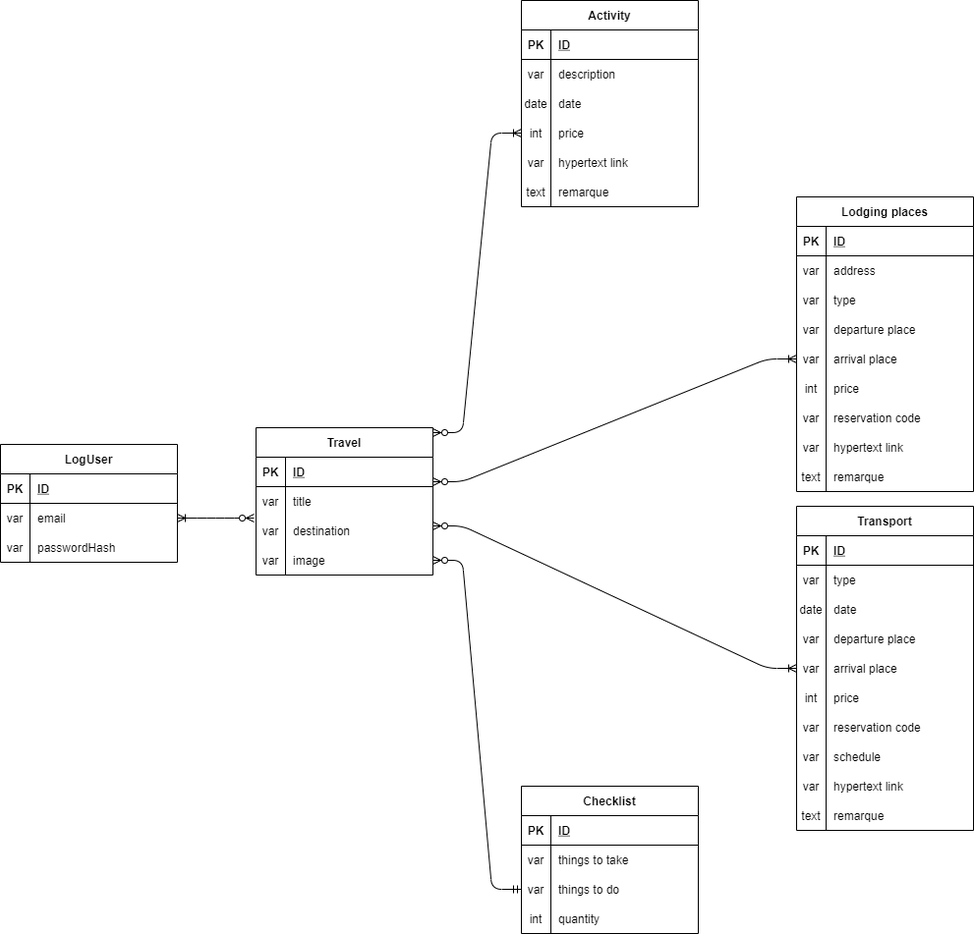
The draw.io diagram MCD-MLD/MLD.png in keanutrosset/HotelplanEnMieux, before a commit. Source tidied: cells renumbered, new cells last; positions are measured from the earlier drawing's top-left corner, leaving out a move shared by most shapes.
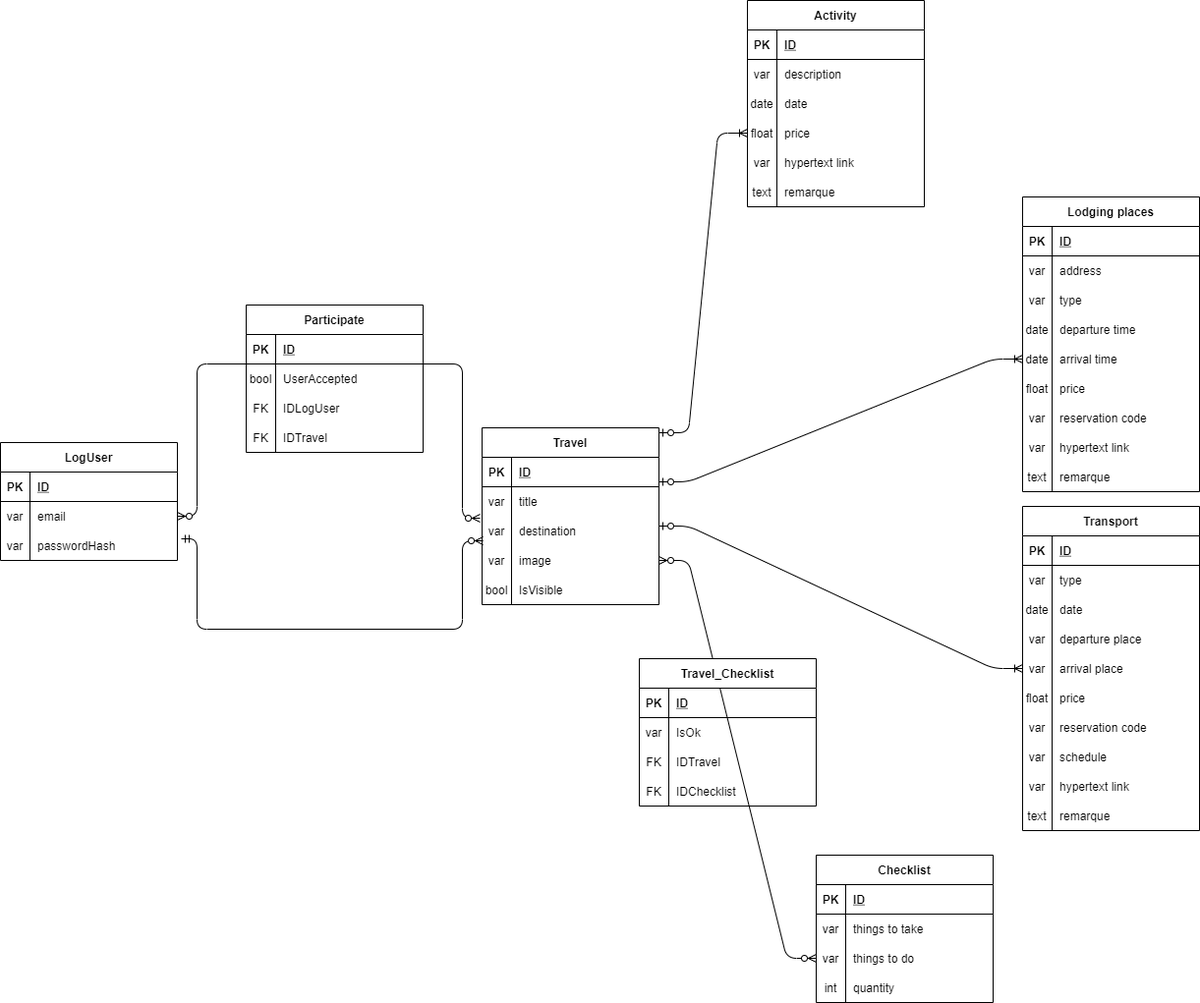
Above is the later version.

What changed in the source:
```diff
@@ -3,7 +3,7 @@
     <mxCell id="0" />
     <mxCell id="1" parent="0" />
     <mxCell id="2" value="LogUser" style="shape=table;startSize=30;rowLines=0;fontStyle=1;align=center;" parent="1" vertex="1">
-      <mxGeometry y="452" width="180" height="120" as="geometry" />
+      <mxGeometry x="-230" y="450" width="180" height="120" as="geometry" />
     </mxCell>
     <mxCell id="3" style="shape=partialRectangle;fillColor=none;top=0;left=0;bottom=1;right=0;" parent="2" vertex="1">
       <mxGeometry y="30" width="180" height="30" as="geometry" />
@@ -33,7 +33,7 @@
       <mxGeometry x="30" width="150" height="30" as="geometry" />
     </mxCell>
     <mxCell id="12" value="Travel" style="shape=table;startSize=30;rowLines=0;fontStyle=1;align=center;" parent="1" vertex="1">
-      <mxGeometry x="260" y="435" width="180" height="150" as="geometry" />
+      <mxGeometry x="260" y="435" width="180" height="180" as="geometry" />
     </mxCell>
     <mxCell id="13" style="shape=partialRectangle;fillColor=none;top=0;left=0;bottom=1;right=0;" parent="12" vertex="1">
       <mxGeometry y="30" width="180" height="30" as="geometry" />
@@ -71,6 +71,15 @@
     <mxCell id="24" value="image" style="shape=partialRectangle;fillColor=none;top=0;left=0;bottom=0;right=0;align=left;spacingLeft=6;overflow=hidden;" parent="22" vertex="1">
       <mxGeometry x="30" width="150" height="30" as="geometry" />
     </mxCell>
+    <mxCell id="121" style="shape=partialRectangle;fillColor=none;top=0;left=0;bottom=0;right=0;" parent="12" vertex="1">
+      <mxGeometry y="150" width="180" height="30" as="geometry" />
+    </mxCell>
+    <mxCell id="122" value="bool" style="shape=partialRectangle;fillColor=none;top=0;left=0;bottom=0;right=0;overflow=hidden;" parent="121" vertex="1">
+      <mxGeometry width="30" height="30" as="geometry" />
+    </mxCell>
+    <mxCell id="123" value="IsVisible" style="shape=partialRectangle;fillColor=none;top=0;left=0;bottom=0;right=0;align=left;spacingLeft=6;overflow=hidden;" parent="121" vertex="1">
+      <mxGeometry x="30" width="150" height="30" as="geometry" />
+    </mxCell>
     <mxCell id="25" value="Transport" style="shape=table;startSize=30;rowLines=0;fontStyle=1;align=center;" parent="1" vertex="1">
       <mxGeometry x="810" y="515" width="180" height="330" as="geometry" />
     </mxCell>
@@ -122,7 +131,7 @@
     <mxCell id="41" style="shape=partialRectangle;fillColor=none;top=0;left=0;bottom=0;right=0;" parent="25" vertex="1">
       <mxGeometry y="180" width="180" height="30" as="geometry" />
     </mxCell>
-    <mxCell id="42" value="int" style="shape=partialRectangle;fillColor=none;top=0;left=0;bottom=0;right=0;overflow=hidden;" parent="41" vertex="1">
+    <mxCell id="42" value="float" style="shape=partialRectangle;fillColor=none;top=0;left=0;bottom=0;right=0;overflow=hidden;" parent="41" vertex="1">
       <mxGeometry width="30" height="30" as="geometry" />
     </mxCell>
     <mxCell id="43" value="price" style="shape=partialRectangle;fillColor=none;top=0;left=0;bottom=0;right=0;align=left;spacingLeft=6;overflow=hidden;" parent="41" vertex="1">
@@ -197,25 +206,25 @@
     <mxCell id="66" style="shape=partialRectangle;fillColor=none;top=0;left=0;bottom=0;right=0;" parent="56" vertex="1">
       <mxGeometry y="120" width="180" height="30" as="geometry" />
     </mxCell>
-    <mxCell id="67" value="var" style="shape=partialRectangle;fillColor=none;top=0;left=0;bottom=0;right=0;overflow=hidden;" parent="66" vertex="1">
+    <mxCell id="67" value="date" style="shape=partialRectangle;fillColor=none;top=0;left=0;bottom=0;right=0;overflow=hidden;" parent="66" vertex="1">
       <mxGeometry width="30" height="30" as="geometry" />
     </mxCell>
-    <mxCell id="68" value="departure place" style="shape=partialRectangle;fillColor=none;top=0;left=0;bottom=0;right=0;align=left;spacingLeft=6;overflow=hidden;" parent="66" vertex="1">
+    <mxCell id="68" value="departure time" style="shape=partialRectangle;fillColor=none;top=0;left=0;bottom=0;right=0;align=left;spacingLeft=6;overflow=hidden;" parent="66" vertex="1">
       <mxGeometry x="30" width="150" height="30" as="geometry" />
     </mxCell>
     <mxCell id="69" style="shape=partialRectangle;fillColor=none;top=0;left=0;bottom=0;right=0;points=[[0,0.5],[1,0.5]];portConstraint=eastwest;" parent="56" vertex="1">
       <mxGeometry y="150" width="180" height="30" as="geometry" />
     </mxCell>
-    <mxCell id="70" value="var" style="shape=partialRectangle;fillColor=none;top=0;left=0;bottom=0;right=0;overflow=hidden;" parent="69" vertex="1">
+    <mxCell id="70" value="date" style="shape=partialRectangle;fillColor=none;top=0;left=0;bottom=0;right=0;overflow=hidden;" parent="69" vertex="1">
       <mxGeometry width="30" height="30" as="geometry" />
     </mxCell>
-    <mxCell id="71" value="arrival place" style="shape=partialRectangle;fillColor=none;top=0;left=0;bottom=0;right=0;align=left;spacingLeft=6;overflow=hidden;" parent="69" vertex="1">
+    <mxCell id="71" value="arrival time" style="shape=partialRectangle;fillColor=none;top=0;left=0;bottom=0;right=0;align=left;spacingLeft=6;overflow=hidden;" parent="69" vertex="1">
       <mxGeometry x="30" width="150" height="30" as="geometry" />
     </mxCell>
     <mxCell id="72" style="shape=partialRectangle;fillColor=none;top=0;left=0;bottom=0;right=0;" parent="56" vertex="1">
       <mxGeometry y="180" width="180" height="30" as="geometry" />
     </mxCell>
-    <mxCell id="73" value="int" style="shape=partialRectangle;fillColor=none;top=0;left=0;bottom=0;right=0;overflow=hidden;" parent="72" vertex="1">
+    <mxCell id="73" value="float" style="shape=partialRectangle;fillColor=none;top=0;left=0;bottom=0;right=0;overflow=hidden;" parent="72" vertex="1">
       <mxGeometry width="30" height="30" as="geometry" />
     </mxCell>
     <mxCell id="74" value="price" style="shape=partialRectangle;fillColor=none;top=0;left=0;bottom=0;right=0;align=left;spacingLeft=6;overflow=hidden;" parent="72" vertex="1">
@@ -281,7 +290,7 @@
     <mxCell id="94" style="shape=partialRectangle;fillColor=none;top=0;left=0;bottom=0;right=0;points=[[0,0.5],[1,0.5]];portConstraint=eastwest;" parent="84" vertex="1">
       <mxGeometry y="120" width="180" height="30" as="geometry" />
     </mxCell>
-    <mxCell id="95" value="int" style="shape=partialRectangle;fillColor=none;top=0;left=0;bottom=0;right=0;overflow=hidden;" parent="94" vertex="1">
+    <mxCell id="95" value="float" style="shape=partialRectangle;fillColor=none;top=0;left=0;bottom=0;right=0;overflow=hidden;" parent="94" vertex="1">
       <mxGeometry width="30" height="30" as="geometry" />
     </mxCell>
     <mxCell id="96" value="price" style="shape=partialRectangle;fillColor=none;top=0;left=0;bottom=0;right=0;align=left;spacingLeft=6;overflow=hidden;" parent="94" vertex="1">
@@ -306,7 +315,7 @@
       <mxGeometry x="30" width="150" height="30" as="geometry" />
     </mxCell>
     <mxCell id="103" value="Checklist" style="shape=table;startSize=30;rowLines=0;fontStyle=1;align=center;" parent="1" vertex="1">
-      <mxGeometry x="530" y="800" width="180" height="150" as="geometry" />
+      <mxGeometry x="600" y="870" width="180" height="150" as="geometry" />
     </mxCell>
     <mxCell id="104" style="shape=partialRectangle;fillColor=none;top=0;left=0;bottom=1;right=0;" parent="103" vertex="1">
       <mxGeometry y="30" width="180" height="30" as="geometry" />
@@ -344,26 +353,121 @@
     <mxCell id="115" value="quantity" style="shape=partialRectangle;fillColor=none;top=0;left=0;bottom=0;right=0;align=left;spacingLeft=6;overflow=hidden;" parent="113" vertex="1">
       <mxGeometry x="30" width="150" height="30" as="geometry" />
     </mxCell>
-    <mxCell id="116" style="edgeStyle=entityRelationEdgeStyle;fontSize=12;html=1;endArrow=ERoneToMany;startArrow=ERzeroToMany;entryX=0;entryY=0.5;entryDx=0;entryDy=0;" parent="1" edge="1" target="94">
+    <mxCell id="116" style="edgeStyle=entityRelationEdgeStyle;fontSize=12;html=1;endArrow=ERoneToMany;startArrow=ERzeroToOne;entryX=0;entryY=0.5;entryDx=0;entryDy=0;startFill=1;" parent="1" edge="1" target="94">
       <mxGeometry relative="1" as="geometry">
         <mxPoint x="440" y="440" as="sourcePoint" />
       </mxGeometry>
     </mxCell>
-    <mxCell id="117" style="edgeStyle=entityRelationEdgeStyle;fontSize=12;html=1;endArrow=ERoneToMany;startArrow=ERzeroToMany;entryX=0;entryY=0.5;entryDx=0;entryDy=0;" parent="1" edge="1" target="69">
+    <mxCell id="117" style="edgeStyle=entityRelationEdgeStyle;fontSize=12;html=1;endArrow=ERoneToMany;startArrow=ERzeroToOne;entryX=0;entryY=0.5;entryDx=0;entryDy=0;startFill=1;" parent="1" edge="1" target="69">
       <mxGeometry relative="1" as="geometry">
         <mxPoint x="440" y="490" as="sourcePoint" />
       </mxGeometry>
     </mxCell>
-    <mxCell id="118" style="edgeStyle=entityRelationEdgeStyle;fontSize=12;html=1;endArrow=ERoneToMany;startArrow=ERzeroToMany;entryX=0;entryY=0.5;entryDx=0;entryDy=0;" parent="1" edge="1" target="38">
+    <mxCell id="118" style="edgeStyle=entityRelationEdgeStyle;fontSize=12;html=1;endArrow=ERoneToMany;startArrow=ERzeroToOne;entryX=0;entryY=0.5;entryDx=0;entryDy=0;startFill=1;" parent="1" edge="1" target="38">
       <mxGeometry relative="1" as="geometry">
         <mxPoint x="440" y="535" as="sourcePoint" />
       </mxGeometry>
     </mxCell>
-    <mxCell id="119" style="edgeStyle=entityRelationEdgeStyle;fontSize=12;html=1;endArrow=ERzeroToMany;startArrow=ERmandOne;entryX=1;entryY=0.5;entryDx=0;entryDy=0;exitX=0;exitY=0.5;exitDx=0;exitDy=0;" parent="1" edge="1" source="110" target="22">
+    <mxCell id="119" style="edgeStyle=entityRelationEdgeStyle;fontSize=12;html=1;endArrow=ERzeroToMany;startArrow=ERzeroToMany;entryX=1;entryY=0.5;entryDx=0;entryDy=0;exitX=0;exitY=0.5;exitDx=0;exitDy=0;startFill=1;" parent="1" edge="1" source="110" target="22">
       <mxGeometry relative="1" as="geometry" />
     </mxCell>
-    <mxCell id="120" style="edgeStyle=entityRelationEdgeStyle;fontSize=12;html=1;endArrow=ERoneToMany;startArrow=ERzeroToMany;exitX=-0.011;exitY=0.067;exitDx=0;exitDy=0;exitPerimeter=0;entryX=1;entryY=0.5;entryDx=0;entryDy=0;" parent="1" edge="1" source="19" target="6">
-      <mxGeometry relative="1" as="geometry" />
+    <mxCell id="120" style="edgeStyle=orthogonalEdgeStyle;fontSize=12;html=1;endArrow=ERzeroToMany;startArrow=ERzeroToMany;exitX=-0.011;exitY=0.067;exitDx=0;exitDy=0;exitPerimeter=0;entryX=1;entryY=0.5;entryDx=0;entryDy=0;endFill=1;" parent="1" edge="1" source="19" target="6">
+      <mxGeometry relative="1" as="geometry">
+        <Array as="points">
+          <mxPoint x="240" y="527" />
+          <mxPoint x="240" y="370" />
+          <mxPoint x="-30" y="370" />
+          <mxPoint x="-30" y="525" />
+        </Array>
+      </mxGeometry>
     </mxCell>
+    <mxCell id="124" style="edgeStyle=orthogonalEdgeStyle;fontSize=12;html=1;endArrow=ERmandOne;startArrow=ERzeroToMany;exitX=0.006;exitY=0.833;exitDx=0;exitDy=0;exitPerimeter=0;endFill=0;entryX=1.022;entryY=0.267;entryDx=0;entryDy=0;entryPerimeter=0;" parent="1" edge="1" source="19" target="9">
+      <mxGeometry relative="1" as="geometry">
+        <Array as="points">
+          <mxPoint x="240" y="550" />
+          <mxPoint x="240" y="640" />
+          <mxPoint x="-30" y="640" />
+          <mxPoint x="-30" y="548" />
+        </Array>
+      </mxGeometry>
+    </mxCell>
+    <mxCell id="125" value="Travel_Checklist" style="shape=table;startSize=30;rowLines=0;fontStyle=1;align=center;" parent="1" vertex="1">
+      <mxGeometry x="420" y="670" width="180" height="150" as="geometry" />
+    </mxCell>
+    <mxCell id="126" style="shape=partialRectangle;fillColor=none;top=0;left=0;bottom=1;right=0;" parent="125" vertex="1">
+      <mxGeometry y="30" width="180" height="30" as="geometry" />
+    </mxCell>
+    <mxCell id="127" value="PK" style="shape=partialRectangle;fillColor=none;top=0;left=0;bottom=0;right=0;fontStyle=1;overflow=hidden;" parent="126" vertex="1">
+      <mxGeometry width="30" height="30" as="geometry" />
+    </mxCell>
+    <mxCell id="128" value="ID" style="shape=partialRectangle;fillColor=none;top=0;left=0;bottom=0;right=0;align=left;spacingLeft=6;fontStyle=5;overflow=hidden;" parent="126" vertex="1">
+      <mxGeometry x="30" width="150" height="30" as="geometry" />
+    </mxCell>
+    <mxCell id="129" style="shape=partialRectangle;fillColor=none;top=0;left=0;bottom=0;right=0;" parent="125" vertex="1">
+      <mxGeometry y="60" width="180" height="30" as="geometry" />
+    </mxCell>
+    <mxCell id="130" value="var" style="shape=partialRectangle;fillColor=none;top=0;left=0;bottom=0;right=0;overflow=hidden;" parent="129" vertex="1">
+      <mxGeometry width="30" height="30" as="geometry" />
+    </mxCell>
+    <mxCell id="131" value="IsOk" style="shape=partialRectangle;fillColor=none;top=0;left=0;bottom=0;right=0;align=left;spacingLeft=6;overflow=hidden;" parent="129" vertex="1">
+      <mxGeometry x="30" width="150" height="30" as="geometry" />
+    </mxCell>
+    <mxCell id="132" style="shape=partialRectangle;fillColor=none;top=0;left=0;bottom=0;right=0;" parent="125" vertex="1">
+      <mxGeometry y="90" width="180" height="30" as="geometry" />
+    </mxCell>
+    <mxCell id="133" value="FK" style="shape=partialRectangle;fillColor=none;top=0;left=0;bottom=0;right=0;overflow=hidden;" parent="132" vertex="1">
+      <mxGeometry width="30" height="30" as="geometry" />
+    </mxCell>
+    <mxCell id="134" value="IDTravel" style="shape=partialRectangle;fillColor=none;top=0;left=0;bottom=0;right=0;align=left;spacingLeft=6;overflow=hidden;" parent="132" vertex="1">
+      <mxGeometry x="30" width="150" height="30" as="geometry" />
+    </mxCell>
+    <mxCell id="135" style="shape=partialRectangle;fillColor=none;top=0;left=0;bottom=0;right=0;" parent="125" vertex="1">
+      <mxGeometry y="120" width="180" height="30" as="geometry" />
+    </mxCell>
+    <mxCell id="136" value="FK" style="shape=partialRectangle;fillColor=none;top=0;left=0;bottom=0;right=0;overflow=hidden;" parent="135" vertex="1">
+      <mxGeometry width="30" height="30" as="geometry" />
+    </mxCell>
+    <mxCell id="137" value="IDChecklist" style="shape=partialRectangle;fillColor=none;top=0;left=0;bottom=0;right=0;align=left;spacingLeft=6;overflow=hidden;" parent="135" vertex="1">
+      <mxGeometry x="30" width="150" height="30" as="geometry" />
+    </mxCell>
+    <mxCell id="138" value="Participate" style="shape=table;startSize=30;rowLines=0;fontStyle=1;align=center;" parent="1" vertex="1">
+      <mxGeometry x="20" y="310" width="180" height="150" as="geometry" />
+    </mxCell>
+    <mxCell id="139" style="shape=partialRectangle;fillColor=none;top=0;left=0;bottom=1;right=0;" parent="138" vertex="1">
+      <mxGeometry y="30" width="180" height="30" as="geometry" />
+    </mxCell>
+    <mxCell id="140" value="PK" style="shape=partialRectangle;fillColor=none;top=0;left=0;bottom=0;right=0;fontStyle=1;overflow=hidden;" parent="139" vertex="1">
+      <mxGeometry width="30" height="30" as="geometry" />
+    </mxCell>
+    <mxCell id="141" value="ID" style="shape=partialRectangle;fillColor=none;top=0;left=0;bottom=0;right=0;align=left;spacingLeft=6;fontStyle=5;overflow=hidden;" parent="139" vertex="1">
+      <mxGeometry x="30" width="150" height="30" as="geometry" />
+    </mxCell>
+    <mxCell id="142" style="shape=partialRectangle;fillColor=none;top=0;left=0;bottom=0;right=0;" parent="138" vertex="1">
+      <mxGeometry y="60" width="180" height="30" as="geometry" />
+    </mxCell>
+    <mxCell id="143" value="bool" style="shape=partialRectangle;fillColor=none;top=0;left=0;bottom=0;right=0;overflow=hidden;" parent="142" vertex="1">
+      <mxGeometry width="30" height="30" as="geometry" />
+    </mxCell>
+    <mxCell id="144" value="UserAccepted" style="shape=partialRectangle;fillColor=none;top=0;left=0;bottom=0;right=0;align=left;spacingLeft=6;overflow=hidden;" parent="142" vertex="1">
+      <mxGeometry x="30" width="150" height="30" as="geometry" />
+    </mxCell>
+    <mxCell id="145" style="shape=partialRectangle;fillColor=none;top=0;left=0;bottom=0;right=0;" parent="138" vertex="1">
+      <mxGeometry y="90" width="180" height="30" as="geometry" />
+    </mxCell>
+    <mxCell id="146" value="FK" style="shape=partialRectangle;fillColor=none;top=0;left=0;bottom=0;right=0;overflow=hidden;" parent="145" vertex="1">
+      <mxGeometry width="30" height="30" as="geometry" />
+    </mxCell>
+    <mxCell id="147" value="IDLogUser" style="shape=partialRectangle;fillColor=none;top=0;left=0;bottom=0;right=0;align=left;spacingLeft=6;overflow=hidden;" parent="145" vertex="1">
+      <mxGeometry x="30" width="150" height="30" as="geometry" />
+    </mxCell>
+    <mxCell id="148" style="shape=partialRectangle;fillColor=none;top=0;left=0;bottom=0;right=0;" parent="138" vertex="1">
+      <mxGeometry y="120" width="180" height="30" as="geometry" />
+    </mxCell>
+    <mxCell id="149" value="FK" style="shape=partialRectangle;fillColor=none;top=0;left=0;bottom=0;right=0;overflow=hidden;" parent="148" vertex="1">
+      <mxGeometry width="30" height="30" as="geometry" />
+    </mxCell>
+    <mxCell id="150" value="IDTravel" style="shape=partialRectangle;fillColor=none;top=0;left=0;bottom=0;right=0;align=left;spacingLeft=6;overflow=hidden;" parent="148" vertex="1">
+      <mxGeometry x="30" width="150" height="30" as="geometry" />
+    </mxCell>
   </root>
 </mxGraphModel>
```
